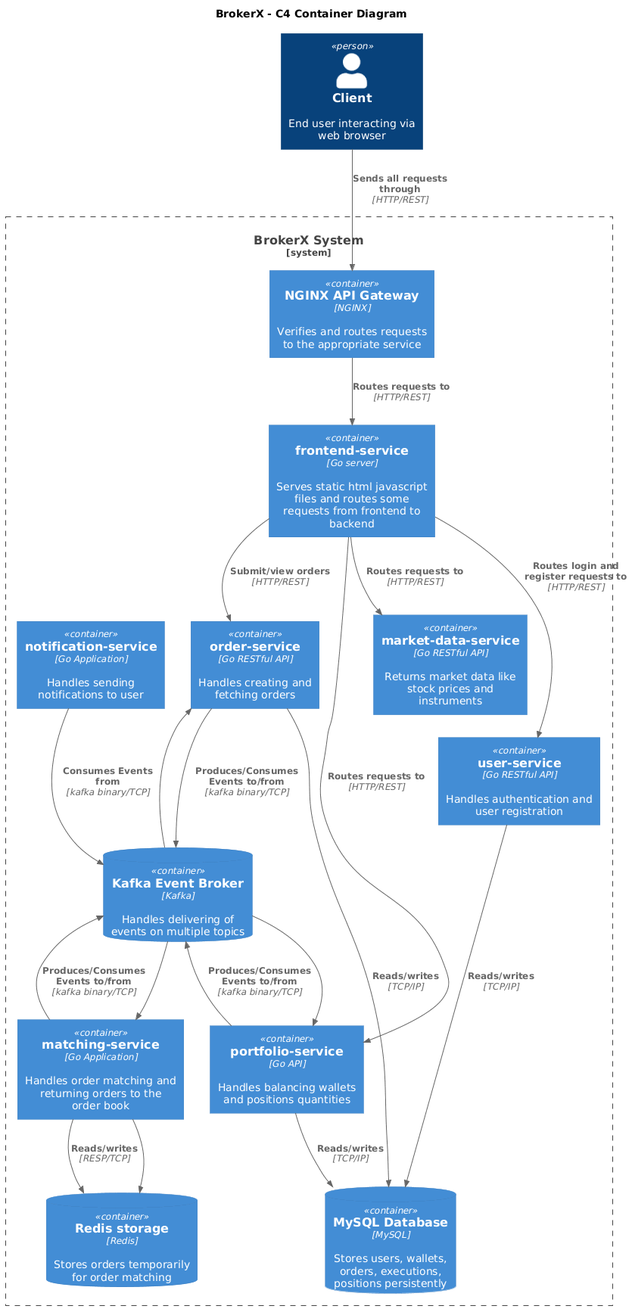
Earlier version of the PlantUML export docs/c4_level1.png (cjayneb/log430-project).
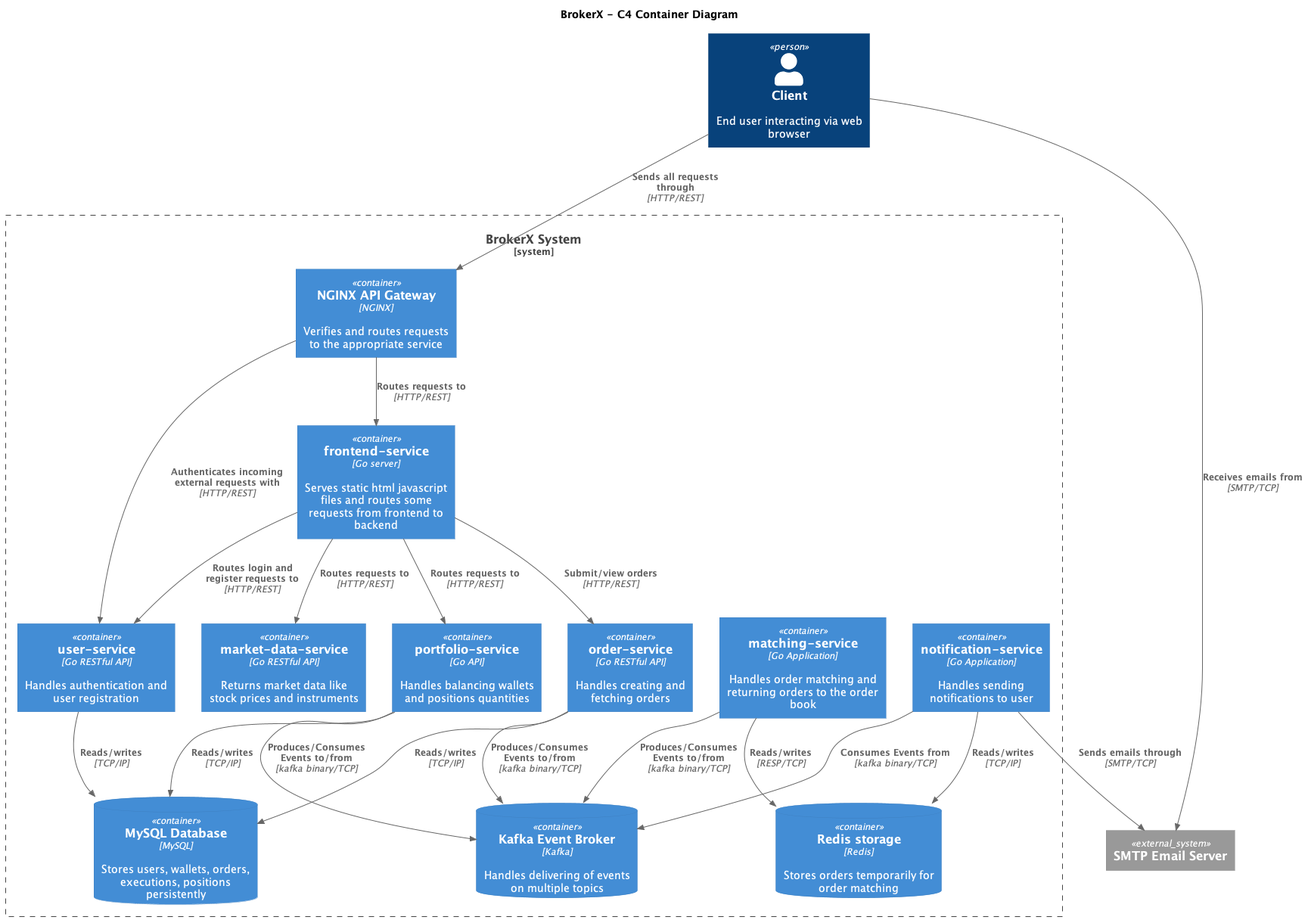
The same diagram one commit later.

The edit, as a diff of the source:
```diff
@@ -1,9 +1,11 @@
-@startuml
+@startuml C4 Level 1
 !include https://raw.githubusercontent.com/plantuml-stdlib/C4-PlantUML/master/C4_Container.puml
 
 title BrokerX - C4 Container Diagram
 
 Person(client, "Client", "End user interacting via web browser")
+
+System_Ext(smtp, "SMTP Email Server")
 
 System_Boundary(bx, "BrokerX System") {
   Container(nginx, "NGINX API Gateway", "NGINX", "Verifies and routes requests to the appropriate service")
@@ -22,20 +24,26 @@
 
 Rel(client, nginx, "Sends all requests through", "HTTP/REST")
 Rel(nginx, frontend, "Routes requests to", "HTTP/REST")
+Rel(nginx, user, "Authenticates incoming external requests with", "HTTP/REST")
 Rel(frontend, portfolio, "Routes requests to", "HTTP/REST")
 Rel(frontend, market, "Routes requests to", "HTTP/REST")
 Rel(frontend, order, "Submit/view orders", "HTTP/REST")
 Rel(frontend, user, "Routes login and register requests to", "HTTP/REST")
 Rel(matching, redis, "Reads/writes", "RESP/TCP")
-Rel(matching, redis, "")
+
 Rel(user, db, "Reads/writes", "TCP/IP")
 Rel(order, db, "Reads/writes", "TCP/IP")
 Rel(portfolio, db, "Reads/writes", "TCP/IP")
 Rel(portfolio, kafka, "Produces/Consumes Events to/from", "kafka binary/TCP")
-Rel(kafka, portfolio, "")
+
 Rel(matching, kafka, "Produces/Consumes Events to/from", "kafka binary/TCP")
-Rel(kafka, matching, "")
+
 Rel(order, kafka, "Produces/Consumes Events to/from", "kafka binary/TCP")
-Rel(kafka, order, "")
+
 Rel(notification, kafka, "Consumes Events from", "kafka binary/TCP")
+Rel(notification, redis, "Reads/writes", "TCP/IP")
+Rel(notification, smtp, "Sends emails through", "SMTP/TCP")
+Rel(client, smtp, "Receives emails from", "SMTP/TCP")
+
+
 @enduml
```
